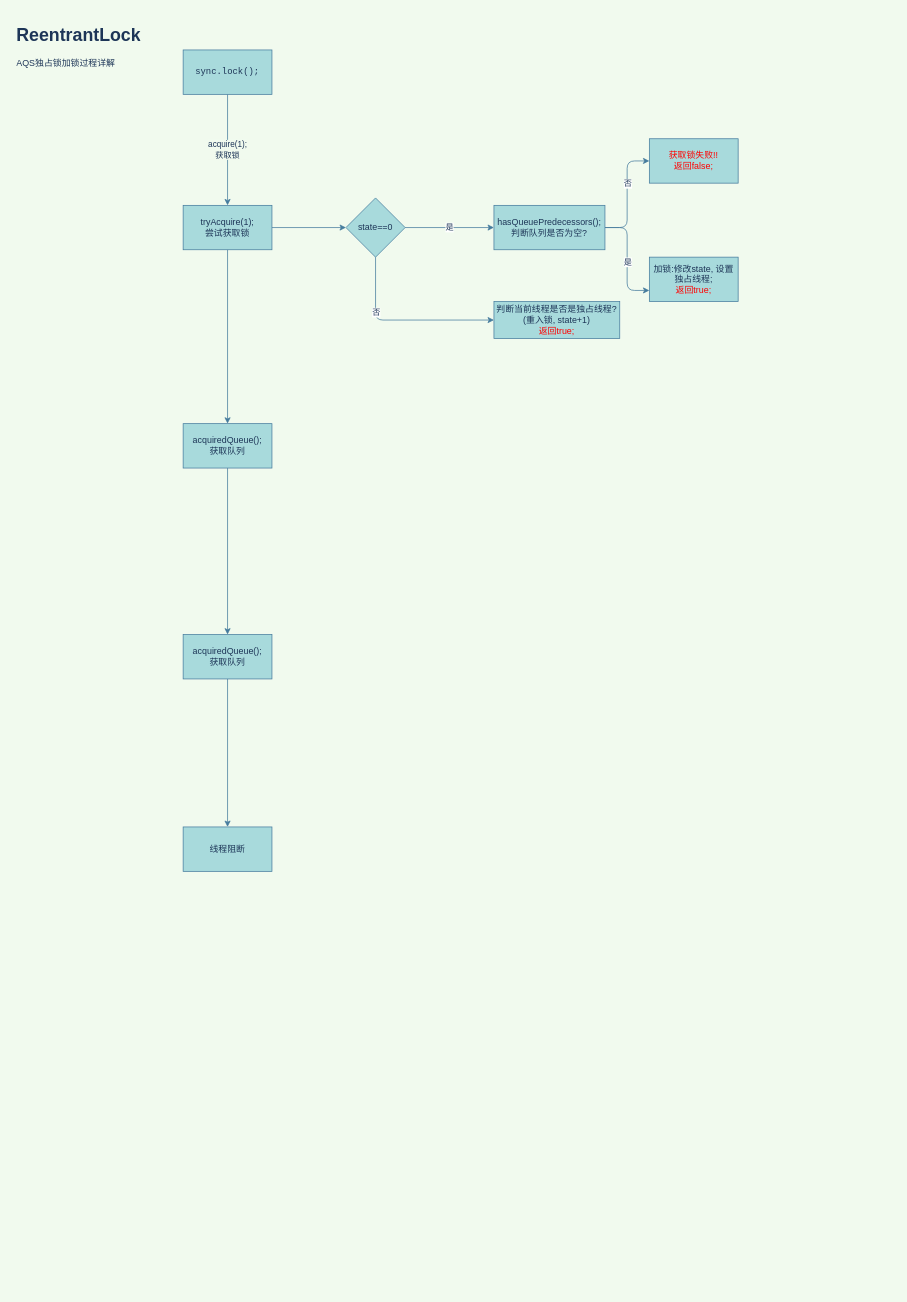
This is space1/未命名绘图.drawio from naccoit/drawio, a draw.io file, before an edit. Source tidied: cells renumbered, new cells numbered last; positions are measured from the earlier drawing's top-left corner, leaving out a move shared by most shapes. Both pictures are drawn from the tidied source at 74%, with x=0, y=0 at pixel (13, 20).
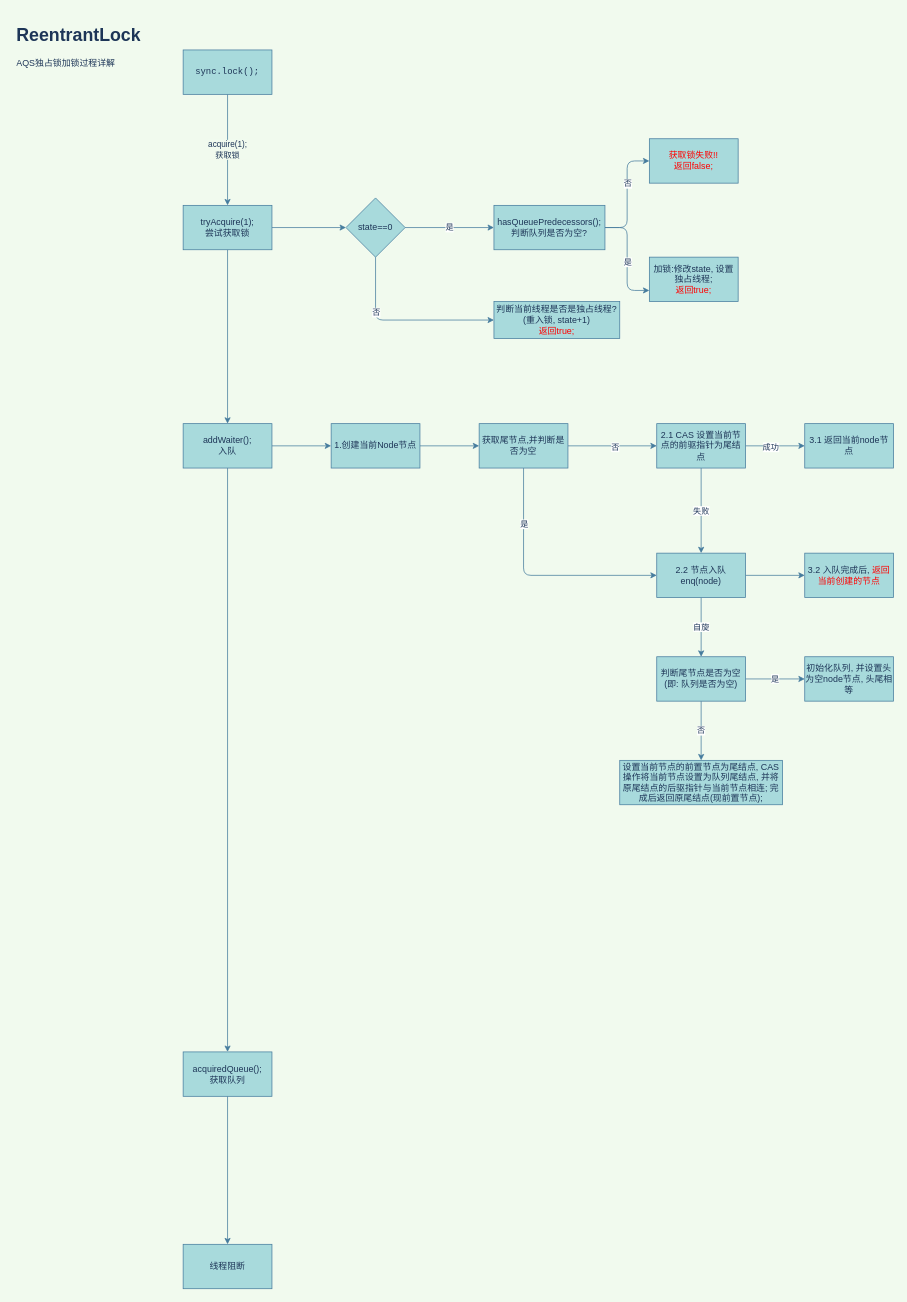
Above is the later version.

Commit message (it also covers changes not shown here):
更新未命名绘图.drawio

Diff of the diagram source:
```diff
@@
     <mxCell id="11" value="acquiredQueue();&lt;br&gt;获取队列" style="whiteSpace=wrap;html=1;fillColor=#A8DADC;strokeColor=#457B9D;fontColor=#1D3557;" parent="1" vertex="1">
-      <mxGeometry x="230" y="830" width="120" height="60" as="geometry" />
+      <mxGeometry x="230" y="1394" width="120" height="60" as="geometry" />
     </mxCell>
     <mxCell id="12" value="线程阻断" style="whiteSpace=wrap;html=1;fillColor=#A8DADC;strokeColor=#457B9D;fontColor=#1D3557;" parent="1" vertex="1">
-      <mxGeometry x="230" y="1090" width="120" height="60" as="geometry" />
+      <mxGeometry x="230" y="1654" width="120" height="60" as="geometry" />
     </mxCell>
@@
+    <mxCell id="27" style="edgeStyle=orthogonalEdgeStyle;rounded=1;jettySize=auto;html=1;fontColor=#1D3557;strokeColor=#457B9D;fillColor=#A8DADC;" parent="1" edge="1" source="26" target="29">
+      <mxGeometry relative="1" as="geometry" />
+    </mxCell>
-    <mxCell id="26" value="acquiredQueue();&lt;br&gt;获取队列" style="whiteSpace=wrap;html=1;fillColor=#A8DADC;strokeColor=#457B9D;fontColor=#1D3557;" parent="1" vertex="1">
+    <mxCell id="26" value="addWaiter();&lt;br&gt;入队" style="whiteSpace=wrap;html=1;fillColor=#A8DADC;strokeColor=#457B9D;fontColor=#1D3557;" parent="1" vertex="1">
       <mxGeometry x="230" y="545" width="120" height="60" as="geometry" />
     </mxCell>
+    <mxCell id="28" style="edgeStyle=orthogonalEdgeStyle;rounded=1;jettySize=auto;html=1;fontColor=#1D3557;strokeColor=#457B9D;fillColor=#A8DADC;" parent="1" edge="1" source="29" target="34">
+      <mxGeometry relative="1" as="geometry" />
+    </mxCell>
+    <mxCell id="29" value="1.创建当前Node节点" style="whiteSpace=wrap;html=1;fontColor=#1D3557;strokeColor=#457B9D;fillColor=#A8DADC;" parent="1" vertex="1">
+      <mxGeometry x="430" y="545" width="120" height="60" as="geometry" />
+    </mxCell>
+    <mxCell id="30" style="edgeStyle=orthogonalEdgeStyle;rounded=1;jettySize=auto;html=1;fontColor=#1D3557;strokeColor=#457B9D;fillColor=#A8DADC;" parent="1" edge="1" source="34" target="38">
+      <mxGeometry relative="1" as="geometry" />
+    </mxCell>
+    <mxCell id="31" value="否" style="edgeLabel;html=1;align=center;verticalAlign=middle;fontColor=#1D3557;" parent="30" vertex="1">
+      <mxGeometry x="0.05" y="-1" relative="1" as="geometry" />
+    </mxCell>
+    <mxCell id="32" style="edgeStyle=orthogonalEdgeStyle;rounded=1;jettySize=auto;html=1;fontColor=#1D3557;strokeColor=#457B9D;fillColor=#A8DADC;" parent="1" edge="1" source="34" target="41">
+      <mxGeometry relative="1" as="geometry">
+        <Array as="points">
+          <mxPoint x="690" y="750" />
+        </Array>
+      </mxGeometry>
+    </mxCell>
+    <mxCell id="33" value="是" style="edgeLabel;html=1;align=center;verticalAlign=middle;fontColor=#1D3557;" parent="32" vertex="1">
+      <mxGeometry x="-0.15" y="1" relative="1" as="geometry">
+        <mxPoint x="-1" y="-63" as="offset" />
+      </mxGeometry>
+    </mxCell>
+    <mxCell id="34" value="获取尾节点,并判断是否为空" style="whiteSpace=wrap;html=1;fontColor=#1D3557;strokeColor=#457B9D;fillColor=#A8DADC;" parent="1" vertex="1">
+      <mxGeometry x="630" y="545" width="120" height="60" as="geometry" />
+    </mxCell>
+    <mxCell id="35" style="edgeStyle=orthogonalEdgeStyle;rounded=1;jettySize=auto;html=1;fontColor=#1D3557;strokeColor=#457B9D;fillColor=#A8DADC;" parent="1" edge="1" source="38" target="42">
+      <mxGeometry relative="1" as="geometry" />
+    </mxCell>
+    <mxCell id="36" value="成功" style="edgeLabel;html=1;align=center;verticalAlign=middle;fontColor=#1D3557;" parent="35" vertex="1">
+      <mxGeometry x="-0.17" y="-1" relative="1" as="geometry" />
+    </mxCell>
+    <mxCell id="37" value="失败" style="edgeStyle=orthogonalEdgeStyle;rounded=1;jettySize=auto;html=1;exitX=0.5;exitY=1;exitDx=0;exitDy=0;entryX=0.5;entryY=0;entryDx=0;entryDy=0;fontColor=#1D3557;strokeColor=#457B9D;fillColor=#A8DADC;" parent="1" edge="1" source="38" target="41">
+      <mxGeometry relative="1" as="geometry" />
+    </mxCell>
+    <mxCell id="38" value="2.1 CAS 设置当前节点的前驱指针为尾结点" style="whiteSpace=wrap;html=1;fontColor=#1D3557;strokeColor=#457B9D;fillColor=#A8DADC;" parent="1" vertex="1">
+      <mxGeometry x="870" y="545" width="120" height="60" as="geometry" />
+    </mxCell>
+    <mxCell id="39" value="自旋" style="edgeStyle=orthogonalEdgeStyle;rounded=1;jettySize=auto;html=1;fontColor=#1D3557;strokeColor=#457B9D;fillColor=#A8DADC;" parent="1" edge="1" source="41" target="46">
+      <mxGeometry relative="1" as="geometry" />
+    </mxCell>
+    <mxCell id="40" style="edgeStyle=orthogonalEdgeStyle;rounded=1;jettySize=auto;html=1;fontColor=#1D3557;strokeColor=#457B9D;fillColor=#A8DADC;" parent="1" edge="1" source="41" target="49">
+      <mxGeometry relative="1" as="geometry" />
+    </mxCell>
+    <mxCell id="41" value="2.2 节点入队&lt;br&gt;enq(node)" style="whiteSpace=wrap;html=1;fontColor=#1D3557;strokeColor=#457B9D;fillColor=#A8DADC;" parent="1" vertex="1">
+      <mxGeometry x="870" y="720" width="120" height="60" as="geometry" />
+    </mxCell>
+    <mxCell id="42" value="3.1 返回当前node节点" style="whiteSpace=wrap;html=1;fontColor=#1D3557;strokeColor=#457B9D;fillColor=#A8DADC;" parent="1" vertex="1">
+      <mxGeometry x="1070" y="545" width="120" height="60" as="geometry" />
+    </mxCell>
+    <mxCell id="43" value="是" style="edgeStyle=orthogonalEdgeStyle;rounded=1;jettySize=auto;html=1;fontColor=#1D3557;strokeColor=#457B9D;fillColor=#A8DADC;" parent="1" edge="1" source="46" target="47">
+      <mxGeometry relative="1" as="geometry" />
+    </mxCell>
+    <mxCell id="44" style="edgeStyle=orthogonalEdgeStyle;rounded=1;jettySize=auto;html=1;fontColor=#1D3557;strokeColor=#457B9D;fillColor=#A8DADC;" parent="1" edge="1" source="46" target="48">
+      <mxGeometry relative="1" as="geometry" />
+    </mxCell>
+    <mxCell id="45" value="否" style="edgeLabel;html=1;align=center;verticalAlign=middle;fontColor=#1D3557;" parent="44" vertex="1">
+      <mxGeometry x="-0.03" y="-1" relative="1" as="geometry" />
+    </mxCell>
+    <mxCell id="46" value="判断尾节点是否为空&lt;br&gt;(即: 队列是否为空)" style="whiteSpace=wrap;html=1;fontColor=#1D3557;strokeColor=#457B9D;fillColor=#A8DADC;" parent="1" vertex="1">
+      <mxGeometry x="870" y="860" width="120" height="60" as="geometry" />
+    </mxCell>
+    <mxCell id="47" value="初始化队列, 并设置头为空node节点, 头尾相等" style="whiteSpace=wrap;html=1;fontColor=#1D3557;strokeColor=#457B9D;fillColor=#A8DADC;" parent="1" vertex="1">
+      <mxGeometry x="1070" y="860" width="120" height="60" as="geometry" />
+    </mxCell>
+    <mxCell id="48" value="设置当前节点的前置节点为尾结点, CAS操作将当前节点设置为队列尾结点, 并将原尾结点的后驱指针与当前节点相连; 完成后返回原尾结点(现前置节点);" style="whiteSpace=wrap;html=1;fontColor=#1D3557;strokeColor=#457B9D;fillColor=#A8DADC;" parent="1" vertex="1">
+      <mxGeometry x="820" y="1000" width="220" height="60" as="geometry" />
+    </mxCell>
+    <mxCell id="49" value="3.2 入队完成后, &lt;font color=&quot;#ff0000&quot;&gt;返回当前创建的节点&lt;/font&gt;" style="whiteSpace=wrap;html=1;fontColor=#1D3557;strokeColor=#457B9D;fillColor=#A8DADC;" parent="1" vertex="1">
+      <mxGeometry x="1070" y="720" width="120" height="60" as="geometry" />
+    </mxCell>
```
